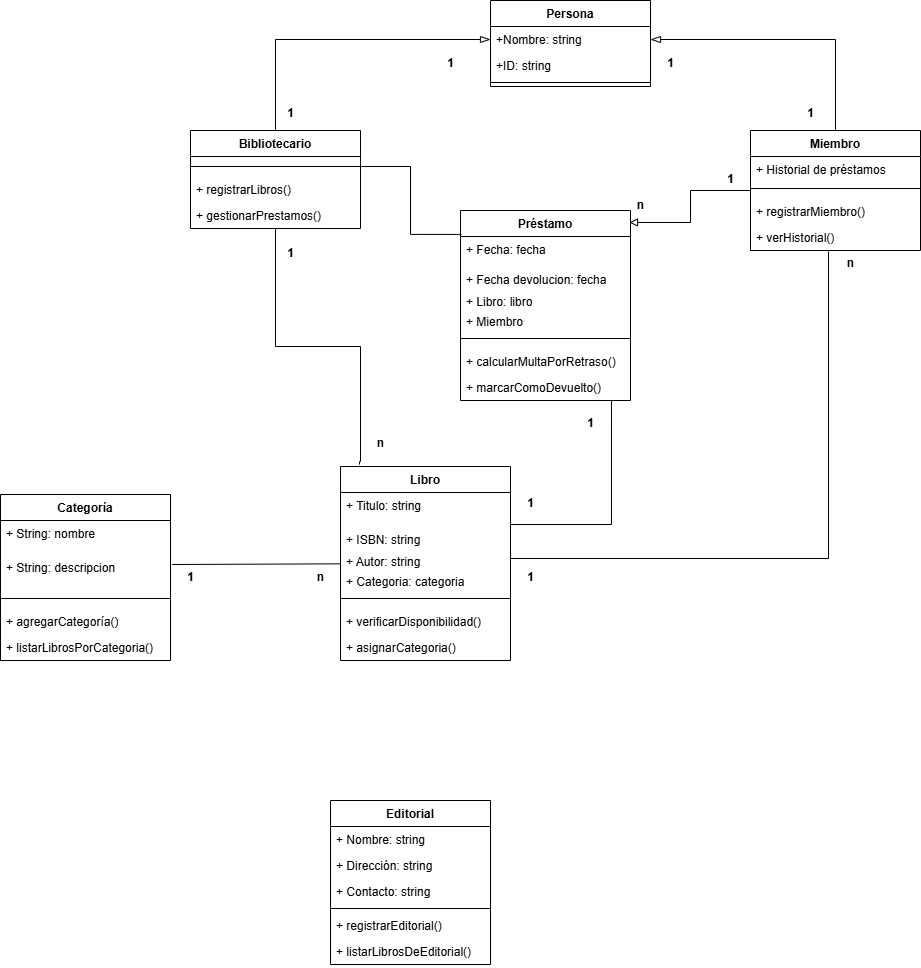
Earlier version of the draw.io export diagramas_clases_biblioteca.drawio.png (Cdiagal/Realizaci-n-del-diagrama-de-clases). Source tidied: cells renumbered, new cells last; positions are measured from the earlier drawing's top-left corner, leaving out a move shared by most shapes. The source it was exported from:
```xml
<mxGraphModel>
  <root>
    <mxCell id="0" />
    <mxCell id="1" parent="0" />
    <mxCell id="2" value="Libro" style="swimlane;fontStyle=1;align=center;verticalAlign=top;horizontal=1;startSize=26;whiteSpace=wrap;html=1;" parent="1" vertex="1">
      <mxGeometry x="340" y="466" width="170" height="194" as="geometry" />
    </mxCell>
    <mxCell id="3" value="+ Titulo: string" style="text;strokeColor=none;fillColor=none;align=left;verticalAlign=top;spacingLeft=4;spacingRight=4;overflow=hidden;whiteSpace=wrap;html=1;" parent="2" vertex="1">
      <mxGeometry y="26" width="170" height="34" as="geometry" />
    </mxCell>
    <mxCell id="4" value="+ ISBN: string" style="text;strokeColor=none;fillColor=none;align=left;verticalAlign=top;spacingLeft=4;spacingRight=4;overflow=hidden;points=[[0,0.5],[1,0.5]];portConstraint=eastwest;whiteSpace=wrap;html=1;" parent="2" vertex="1">
      <mxGeometry y="60" width="170" height="22" as="geometry" />
    </mxCell>
    <mxCell id="5" value="&lt;div&gt;+ Autor: string&lt;/div&gt;&lt;div&gt;&lt;br&gt;&lt;/div&gt;" style="text;strokeColor=none;fillColor=none;align=left;verticalAlign=top;spacingLeft=4;spacingRight=4;overflow=hidden;points=[[0,0.5],[1,0.5]];portConstraint=eastwest;whiteSpace=wrap;html=1;" parent="2" vertex="1">
      <mxGeometry y="82" width="170" height="20" as="geometry" />
    </mxCell>
    <mxCell id="6" value="+ Categoria: categoria" style="text;strokeColor=none;fillColor=none;align=left;verticalAlign=top;spacingLeft=4;spacingRight=4;overflow=hidden;whiteSpace=wrap;html=1;" parent="2" vertex="1">
      <mxGeometry y="102" width="170" height="20" as="geometry" />
    </mxCell>
    <mxCell id="7" style="line;strokeWidth=1;fillColor=none;align=left;verticalAlign=middle;spacingTop=-1;spacingLeft=3;spacingRight=3;labelPosition=right;strokeColor=inherit;" parent="2" vertex="1">
      <mxGeometry y="122" width="170" height="20" as="geometry" />
    </mxCell>
    <mxCell id="8" value="+ verificarDisponibilidad()" style="text;strokeColor=none;fillColor=none;align=left;verticalAlign=top;spacingLeft=4;spacingRight=4;overflow=hidden;whiteSpace=wrap;html=1;" parent="2" vertex="1">
      <mxGeometry y="142" width="170" height="26" as="geometry" />
    </mxCell>
    <mxCell id="9" value="+ asignarCategoria()" style="text;strokeColor=none;fillColor=none;align=left;verticalAlign=top;spacingLeft=4;spacingRight=4;overflow=hidden;whiteSpace=wrap;html=1;" parent="2" vertex="1">
      <mxGeometry y="168" width="170" height="26" as="geometry" />
    </mxCell>
    <mxCell id="10" value="Miembro" style="swimlane;fontStyle=1;align=center;verticalAlign=top;horizontal=1;startSize=26;whiteSpace=wrap;html=1;" parent="1" vertex="1">
      <mxGeometry x="750" y="130" width="170" height="120" as="geometry" />
    </mxCell>
    <mxCell id="11" value="+ Historial de préstamos" style="text;strokeColor=none;fillColor=none;align=left;verticalAlign=top;spacingLeft=4;spacingRight=4;overflow=hidden;whiteSpace=wrap;html=1;" parent="10" vertex="1">
      <mxGeometry y="26" width="170" height="22" as="geometry" />
    </mxCell>
    <mxCell id="12" style="line;strokeWidth=1;fillColor=none;align=left;verticalAlign=middle;spacingTop=-1;spacingLeft=3;spacingRight=3;labelPosition=right;strokeColor=inherit;" parent="10" vertex="1">
      <mxGeometry y="48" width="170" height="20" as="geometry" />
    </mxCell>
    <mxCell id="13" value="+ registrarMiembro()" style="text;strokeColor=none;fillColor=none;align=left;verticalAlign=top;spacingLeft=4;spacingRight=4;overflow=hidden;whiteSpace=wrap;html=1;" parent="10" vertex="1">
      <mxGeometry y="68" width="170" height="26" as="geometry" />
    </mxCell>
    <mxCell id="14" value="+ verHistorial()" style="text;strokeColor=none;fillColor=none;align=left;verticalAlign=top;spacingLeft=4;spacingRight=4;overflow=hidden;points=[[0,0.5],[1,0.5]];portConstraint=eastwest;whiteSpace=wrap;html=1;" parent="10" vertex="1">
      <mxGeometry y="94" width="170" height="26" as="geometry" />
    </mxCell>
    <mxCell id="15" value="Préstamo" style="swimlane;fontStyle=1;align=center;verticalAlign=top;horizontal=1;startSize=26;whiteSpace=wrap;html=1;" parent="1" vertex="1">
      <mxGeometry x="460" y="210" width="170" height="190" as="geometry" />
    </mxCell>
    <mxCell id="16" value="&lt;div&gt;+ Fecha: fecha&lt;br&gt;&lt;/div&gt;&lt;div&gt;&lt;br&gt;&lt;/div&gt;" style="text;strokeColor=none;fillColor=none;align=left;verticalAlign=top;spacingLeft=4;spacingRight=4;overflow=hidden;whiteSpace=wrap;html=1;" parent="15" vertex="1">
      <mxGeometry y="26" width="170" height="30" as="geometry" />
    </mxCell>
    <mxCell id="17" value="+ Fecha devolucion: fecha" style="text;strokeColor=none;fillColor=none;align=left;verticalAlign=top;spacingLeft=4;spacingRight=4;overflow=hidden;whiteSpace=wrap;html=1;" parent="15" vertex="1">
      <mxGeometry y="56" width="170" height="22" as="geometry" />
    </mxCell>
    <mxCell id="18" value="+ Libro: libro" style="text;strokeColor=none;fillColor=none;align=left;verticalAlign=top;spacingLeft=4;spacingRight=4;overflow=hidden;whiteSpace=wrap;html=1;" parent="15" vertex="1">
      <mxGeometry y="78" width="170" height="20" as="geometry" />
    </mxCell>
    <mxCell id="19" value="+ Miembro" style="text;strokeColor=none;fillColor=none;align=left;verticalAlign=top;spacingLeft=4;spacingRight=4;overflow=hidden;whiteSpace=wrap;html=1;" parent="15" vertex="1">
      <mxGeometry y="98" width="170" height="20" as="geometry" />
    </mxCell>
    <mxCell id="20" style="line;strokeWidth=1;fillColor=none;align=left;verticalAlign=middle;spacingTop=-1;spacingLeft=3;spacingRight=3;labelPosition=right;strokeColor=inherit;" parent="15" vertex="1">
      <mxGeometry y="118" width="170" height="20" as="geometry" />
    </mxCell>
    <mxCell id="21" value="+ calcularMultaPorRetraso()" style="text;strokeColor=none;fillColor=none;align=left;verticalAlign=top;spacingLeft=4;spacingRight=4;overflow=hidden;whiteSpace=wrap;html=1;" parent="15" vertex="1">
      <mxGeometry y="138" width="170" height="26" as="geometry" />
    </mxCell>
    <mxCell id="22" value="+ marcarComoDevuelto()" style="text;strokeColor=none;fillColor=none;align=left;verticalAlign=top;spacingLeft=4;spacingRight=4;overflow=hidden;points=[[0,0.5],[1,0.5]];portConstraint=eastwest;whiteSpace=wrap;html=1;" parent="15" vertex="1">
      <mxGeometry y="164" width="170" height="26" as="geometry" />
    </mxCell>
    <mxCell id="23" style="edgeStyle=orthogonalEdgeStyle;rounded=0;jettySize=auto;html=1;exitX=0.5;exitY=0;exitDx=0;exitDy=0;fontSize=12;startSize=8;endSize=8;entryX=0;entryY=0.5;entryDx=0;entryDy=0;endArrow=blockThin;endFill=0;" parent="1" edge="1" source="24" target="40">
      <mxGeometry relative="1" as="geometry" />
    </mxCell>
    <mxCell id="24" value="Bibliotecario" style="swimlane;fontStyle=1;align=center;verticalAlign=top;horizontal=1;startSize=26;whiteSpace=wrap;html=1;" parent="1" vertex="1">
      <mxGeometry x="190" y="130" width="170" height="98" as="geometry" />
    </mxCell>
    <mxCell id="25" style="line;strokeWidth=1;fillColor=none;align=left;verticalAlign=middle;spacingTop=-1;spacingLeft=3;spacingRight=3;labelPosition=right;points=[];portConstraint=eastwest;strokeColor=inherit;" parent="24" vertex="1">
      <mxGeometry y="26" width="170" height="20" as="geometry" />
    </mxCell>
    <mxCell id="26" value="+ registrarLibros()" style="text;strokeColor=none;fillColor=none;align=left;verticalAlign=top;spacingLeft=4;spacingRight=4;overflow=hidden;whiteSpace=wrap;html=1;" parent="24" vertex="1">
      <mxGeometry y="46" width="170" height="26" as="geometry" />
    </mxCell>
    <mxCell id="27" value="+ gestionarPrestamos()" style="text;strokeColor=none;fillColor=none;align=left;verticalAlign=top;spacingLeft=4;spacingRight=4;overflow=hidden;whiteSpace=wrap;html=1;" parent="24" vertex="1">
      <mxGeometry y="72" width="170" height="26" as="geometry" />
    </mxCell>
    <mxCell id="28" style="edgeStyle=orthogonalEdgeStyle;rounded=0;jettySize=auto;html=1;entryX=0.5;entryY=1.038;entryDx=0;entryDy=0;entryPerimeter=0;endArrow=none;endFill=0;exitX=0.112;exitY=-0.01;exitDx=0;exitDy=0;exitPerimeter=0;" parent="1" edge="1" source="2">
      <mxGeometry relative="1" as="geometry">
        <mxPoint x="275" y="228" as="targetPoint" />
        <Array as="points">
          <mxPoint x="359" y="461" />
          <mxPoint x="360" y="461" />
          <mxPoint x="360" y="346" />
          <mxPoint x="275" y="346" />
        </Array>
      </mxGeometry>
    </mxCell>
    <mxCell id="29" value="Categoría" style="swimlane;fontStyle=1;align=center;verticalAlign=top;horizontal=1;startSize=26;whiteSpace=wrap;html=1;" parent="1" vertex="1">
      <mxGeometry y="494" width="170" height="166" as="geometry" />
    </mxCell>
    <mxCell id="30" value="+ String: nombre" style="text;strokeColor=none;fillColor=none;align=left;verticalAlign=top;spacingLeft=4;spacingRight=4;overflow=hidden;whiteSpace=wrap;html=1;" parent="29" vertex="1">
      <mxGeometry y="26" width="170" height="34" as="geometry" />
    </mxCell>
    <mxCell id="31" value="+ String: descripcion" style="text;strokeColor=none;fillColor=none;align=left;verticalAlign=top;spacingLeft=4;spacingRight=4;overflow=hidden;points=[[0,0.5],[1,0.5]];portConstraint=eastwest;whiteSpace=wrap;html=1;" parent="29" vertex="1">
      <mxGeometry y="60" width="170" height="34" as="geometry" />
    </mxCell>
    <mxCell id="32" style="line;strokeWidth=1;fillColor=none;align=left;verticalAlign=middle;spacingTop=-1;spacingLeft=3;spacingRight=3;labelPosition=right;strokeColor=inherit;" parent="29" vertex="1">
      <mxGeometry y="94" width="170" height="20" as="geometry" />
    </mxCell>
    <mxCell id="33" value="+ agregarCategoría()" style="text;strokeColor=none;fillColor=none;align=left;verticalAlign=top;spacingLeft=4;spacingRight=4;overflow=hidden;whiteSpace=wrap;html=1;" parent="29" vertex="1">
      <mxGeometry y="114" width="170" height="26" as="geometry" />
    </mxCell>
    <mxCell id="34" value="+ listarLibrosPorCategoria()" style="text;strokeColor=none;fillColor=none;align=left;verticalAlign=top;spacingLeft=4;spacingRight=4;overflow=hidden;whiteSpace=wrap;html=1;" parent="29" vertex="1">
      <mxGeometry y="140" width="170" height="26" as="geometry" />
    </mxCell>
    <mxCell id="35" style="edgeStyle=orthogonalEdgeStyle;rounded=0;jettySize=auto;html=1;fontSize=12;startSize=8;endSize=8;endArrow=none;endFill=0;entryX=0.888;entryY=1;entryDx=0;entryDy=0;entryPerimeter=0;exitX=1;exitY=-0.091;exitDx=0;exitDy=0;exitPerimeter=0;" parent="1" edge="1" source="4" target="22">
      <mxGeometry relative="1" as="geometry" />
    </mxCell>
    <mxCell id="36" style="edgeStyle=none;curved=1;rounded=0;jettySize=auto;html=1;fontSize=12;startSize=8;endSize=8;endArrow=none;endFill=0;exitX=1.01;exitY=0.294;exitDx=0;exitDy=0;exitPerimeter=0;" parent="1" edge="1" source="31" target="2">
      <mxGeometry relative="1" as="geometry" />
    </mxCell>
    <mxCell id="37" value="n" style="text;align=center;fontStyle=1;verticalAlign=middle;spacingLeft=3;spacingRight=3;strokeColor=none;html=1;" parent="1" vertex="1">
      <mxGeometry x="280" y="564" width="80" height="26" as="geometry" />
    </mxCell>
    <mxCell id="38" value="1" style="text;align=center;fontStyle=1;verticalAlign=middle;spacingLeft=3;spacingRight=3;strokeColor=none;html=1;" parent="1" vertex="1">
      <mxGeometry x="150" y="564" width="80" height="26" as="geometry" />
    </mxCell>
    <mxCell id="39" value="Persona" style="swimlane;fontStyle=1;align=center;verticalAlign=top;horizontal=1;startSize=26;whiteSpace=wrap;html=1;" parent="1" vertex="1">
      <mxGeometry x="490" width="160" height="86" as="geometry" />
    </mxCell>
    <mxCell id="40" value="+Nombre: string" style="text;strokeColor=none;fillColor=none;align=left;verticalAlign=top;spacingLeft=4;spacingRight=4;overflow=hidden;points=[[0,0.5],[1,0.5]];portConstraint=eastwest;whiteSpace=wrap;html=1;" parent="39" vertex="1">
      <mxGeometry y="26" width="160" height="26" as="geometry" />
    </mxCell>
    <mxCell id="41" value="+ID: string" style="text;strokeColor=none;fillColor=none;align=left;verticalAlign=top;spacingLeft=4;spacingRight=4;overflow=hidden;whiteSpace=wrap;html=1;" parent="39" vertex="1">
      <mxGeometry y="52" width="160" height="26" as="geometry" />
    </mxCell>
    <mxCell id="42" style="line;strokeWidth=1;fillColor=none;align=left;verticalAlign=middle;spacingTop=-1;spacingLeft=3;spacingRight=3;labelPosition=right;strokeColor=inherit;" parent="39" vertex="1">
      <mxGeometry y="78" width="160" height="8" as="geometry" />
    </mxCell>
    <mxCell id="43" style="edgeStyle=orthogonalEdgeStyle;rounded=0;jettySize=auto;html=1;exitX=0.5;exitY=0;exitDx=0;exitDy=0;fontSize=12;startSize=8;endSize=8;entryX=1;entryY=0.5;entryDx=0;entryDy=0;endArrow=blockThin;endFill=0;" parent="1" edge="1" source="10" target="40">
      <mxGeometry relative="1" as="geometry" />
    </mxCell>
    <mxCell id="44" value="n" style="text;align=center;fontStyle=1;verticalAlign=middle;spacingLeft=3;spacingRight=3;strokeColor=none;html=1;" parent="1" vertex="1">
      <mxGeometry x="340" y="430" width="80" height="26" as="geometry" />
    </mxCell>
    <mxCell id="45" value="1" style="text;align=center;fontStyle=1;verticalAlign=middle;spacingLeft=3;spacingRight=3;strokeColor=none;html=1;" parent="1" vertex="1">
      <mxGeometry x="250" y="240" width="80" height="26" as="geometry" />
    </mxCell>
    <mxCell id="46" style="edgeStyle=orthogonalEdgeStyle;rounded=0;jettySize=auto;html=1;entryX=1;entryY=0.5;entryDx=0;entryDy=0;exitX=0.459;exitY=1.038;exitDx=0;exitDy=0;exitPerimeter=0;endArrow=none;endFill=0;" parent="1" edge="1" source="14" target="5">
      <mxGeometry relative="1" as="geometry" />
    </mxCell>
    <mxCell id="47" style="edgeStyle=orthogonalEdgeStyle;rounded=0;jettySize=auto;html=1;entryX=0.994;entryY=0.063;entryDx=0;entryDy=0;endArrow=block;endFill=0;exitX=0;exitY=0.5;exitDx=0;exitDy=0;entryPerimeter=0;" parent="1" edge="1" source="10" target="15">
      <mxGeometry relative="1" as="geometry" />
    </mxCell>
    <mxCell id="48" value="1" style="text;align=center;fontStyle=1;verticalAlign=middle;spacingLeft=3;spacingRight=3;strokeColor=none;html=1;" parent="1" vertex="1">
      <mxGeometry x="690" y="166" width="80" height="26" as="geometry" />
    </mxCell>
    <mxCell id="49" value="n" style="text;align=center;fontStyle=1;verticalAlign=middle;spacingLeft=3;spacingRight=3;strokeColor=none;html=1;" parent="1" vertex="1">
      <mxGeometry x="600" y="192" width="80" height="26" as="geometry" />
    </mxCell>
    <mxCell id="50" value="1" style="text;align=center;fontStyle=1;verticalAlign=middle;spacingLeft=3;spacingRight=3;strokeColor=none;html=1;" parent="1" vertex="1">
      <mxGeometry x="490" y="490" width="80" height="26" as="geometry" />
    </mxCell>
    <mxCell id="51" value="1" style="text;align=center;fontStyle=1;verticalAlign=middle;spacingLeft=3;spacingRight=3;strokeColor=none;html=1;" parent="1" vertex="1">
      <mxGeometry x="490" y="564" width="80" height="26" as="geometry" />
    </mxCell>
    <mxCell id="52" value="n" style="text;align=center;fontStyle=1;verticalAlign=middle;spacingLeft=3;spacingRight=3;strokeColor=none;html=1;" parent="1" vertex="1">
      <mxGeometry x="810" y="250" width="80" height="26" as="geometry" />
    </mxCell>
    <mxCell id="53" value="1" style="text;align=center;fontStyle=1;verticalAlign=middle;spacingLeft=3;spacingRight=3;strokeColor=none;html=1;" parent="1" vertex="1">
      <mxGeometry x="550" y="410" width="80" height="26" as="geometry" />
    </mxCell>
    <mxCell id="54" style="edgeStyle=orthogonalEdgeStyle;rounded=0;jettySize=auto;html=1;entryX=0.006;entryY=0.126;entryDx=0;entryDy=0;entryPerimeter=0;endArrow=none;endFill=0;" parent="1" edge="1" source="25" target="15">
      <mxGeometry relative="1" as="geometry" />
    </mxCell>
    <mxCell id="55" value="1" style="text;align=center;fontStyle=1;verticalAlign=middle;spacingLeft=3;spacingRight=3;strokeColor=none;html=1;" parent="1" vertex="1">
      <mxGeometry x="630" y="50" width="80" height="26" as="geometry" />
    </mxCell>
    <mxCell id="56" value="1" style="text;align=center;fontStyle=1;verticalAlign=middle;spacingLeft=3;spacingRight=3;strokeColor=none;html=1;" parent="1" vertex="1">
      <mxGeometry x="770" y="100" width="80" height="26" as="geometry" />
    </mxCell>
    <mxCell id="57" value="1" style="text;align=center;fontStyle=1;verticalAlign=middle;spacingLeft=3;spacingRight=3;strokeColor=none;html=1;" parent="1" vertex="1">
      <mxGeometry x="250" y="100" width="80" height="26" as="geometry" />
    </mxCell>
    <mxCell id="58" value="1" style="text;align=center;fontStyle=1;verticalAlign=middle;spacingLeft=3;spacingRight=3;strokeColor=none;html=1;" parent="1" vertex="1">
      <mxGeometry x="410" y="50" width="80" height="26" as="geometry" />
    </mxCell>
    <mxCell id="59" value="Editorial" style="swimlane;fontStyle=1;align=center;verticalAlign=top;horizontal=1;startSize=26;whiteSpace=wrap;html=1;" parent="1" vertex="1">
      <mxGeometry x="330" y="800" width="160" height="164" as="geometry" />
    </mxCell>
    <mxCell id="60" value="+ Nombre: string" style="text;strokeColor=none;fillColor=none;align=left;verticalAlign=top;spacingLeft=4;spacingRight=4;overflow=hidden;whiteSpace=wrap;html=1;" parent="59" vertex="1">
      <mxGeometry y="26" width="160" height="26" as="geometry" />
    </mxCell>
    <mxCell id="61" value="+ Dirección: string" style="text;strokeColor=none;fillColor=none;align=left;verticalAlign=top;spacingLeft=4;spacingRight=4;overflow=hidden;whiteSpace=wrap;html=1;" parent="59" vertex="1">
      <mxGeometry y="52" width="160" height="26" as="geometry" />
    </mxCell>
    <mxCell id="62" value="+ Contacto: string" style="text;strokeColor=none;fillColor=none;align=left;verticalAlign=top;spacingLeft=4;spacingRight=4;overflow=hidden;whiteSpace=wrap;html=1;" parent="59" vertex="1">
      <mxGeometry y="78" width="160" height="26" as="geometry" />
    </mxCell>
    <mxCell id="63" style="line;strokeWidth=1;fillColor=none;align=left;verticalAlign=middle;spacingTop=-1;spacingLeft=3;spacingRight=3;labelPosition=right;strokeColor=inherit;" parent="59" vertex="1">
      <mxGeometry y="104" width="160" height="8" as="geometry" />
    </mxCell>
    <mxCell id="64" value="+ registrarEditorial()" style="text;strokeColor=none;fillColor=none;align=left;verticalAlign=top;spacingLeft=4;spacingRight=4;overflow=hidden;whiteSpace=wrap;html=1;" parent="59" vertex="1">
      <mxGeometry y="112" width="160" height="26" as="geometry" />
    </mxCell>
    <mxCell id="65" value="+ listarLibrosDeEditorial()" style="text;strokeColor=none;fillColor=none;align=left;verticalAlign=top;spacingLeft=4;spacingRight=4;overflow=hidden;whiteSpace=wrap;html=1;" parent="59" vertex="1">
      <mxGeometry y="138" width="160" height="26" as="geometry" />
    </mxCell>
  </root>
</mxGraphModel>
```
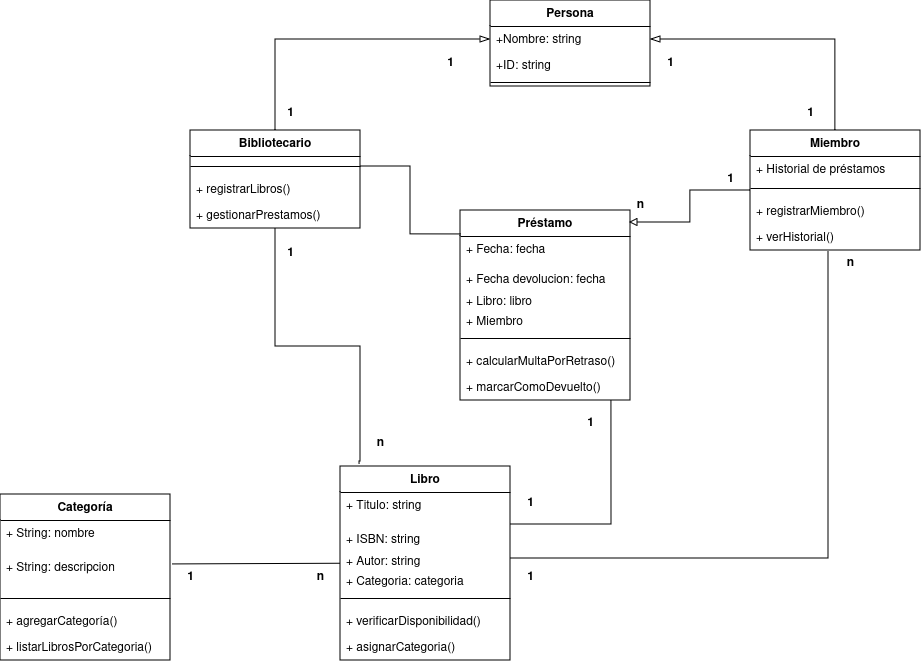
After the change.

Change to the diagram source:
```diff
@@ -181,26 +181,5 @@
     <mxCell id="58" value="1" style="text;align=center;fontStyle=1;verticalAlign=middle;spacingLeft=3;spacingRight=3;strokeColor=none;html=1;" parent="1" vertex="1">
       <mxGeometry x="410" y="50" width="80" height="26" as="geometry" />
     </mxCell>
-    <mxCell id="59" value="Editorial" style="swimlane;fontStyle=1;align=center;verticalAlign=top;horizontal=1;startSize=26;whiteSpace=wrap;html=1;" parent="1" vertex="1">
-      <mxGeometry x="330" y="800" width="160" height="164" as="geometry" />
-    </mxCell>
-    <mxCell id="60" value="+ Nombre: string" style="text;strokeColor=none;fillColor=none;align=left;verticalAlign=top;spacingLeft=4;spacingRight=4;overflow=hidden;whiteSpace=wrap;html=1;" parent="59" vertex="1">
-      <mxGeometry y="26" width="160" height="26" as="geometry" />
-    </mxCell>
-    <mxCell id="61" value="+ Dirección: string" style="text;strokeColor=none;fillColor=none;align=left;verticalAlign=top;spacingLeft=4;spacingRight=4;overflow=hidden;whiteSpace=wrap;html=1;" parent="59" vertex="1">
-      <mxGeometry y="52" width="160" height="26" as="geometry" />
-    </mxCell>
-    <mxCell id="62" value="+ Contacto: string" style="text;strokeColor=none;fillColor=none;align=left;verticalAlign=top;spacingLeft=4;spacingRight=4;overflow=hidden;whiteSpace=wrap;html=1;" parent="59" vertex="1">
-      <mxGeometry y="78" width="160" height="26" as="geometry" />
-    </mxCell>
-    <mxCell id="63" style="line;strokeWidth=1;fillColor=none;align=left;verticalAlign=middle;spacingTop=-1;spacingLeft=3;spacingRight=3;labelPosition=right;strokeColor=inherit;" parent="59" vertex="1">
-      <mxGeometry y="104" width="160" height="8" as="geometry" />
-    </mxCell>
-    <mxCell id="64" value="+ registrarEditorial()" style="text;strokeColor=none;fillColor=none;align=left;verticalAlign=top;spacingLeft=4;spacingRight=4;overflow=hidden;whiteSpace=wrap;html=1;" parent="59" vertex="1">
-      <mxGeometry y="112" width="160" height="26" as="geometry" />
-    </mxCell>
-    <mxCell id="65" value="+ listarLibrosDeEditorial()" style="text;strokeColor=none;fillColor=none;align=left;verticalAlign=top;spacingLeft=4;spacingRight=4;overflow=hidden;whiteSpace=wrap;html=1;" parent="59" vertex="1">
-      <mxGeometry y="138" width="160" height="26" as="geometry" />
-    </mxCell>
   </root>
 </mxGraphModel>
```
